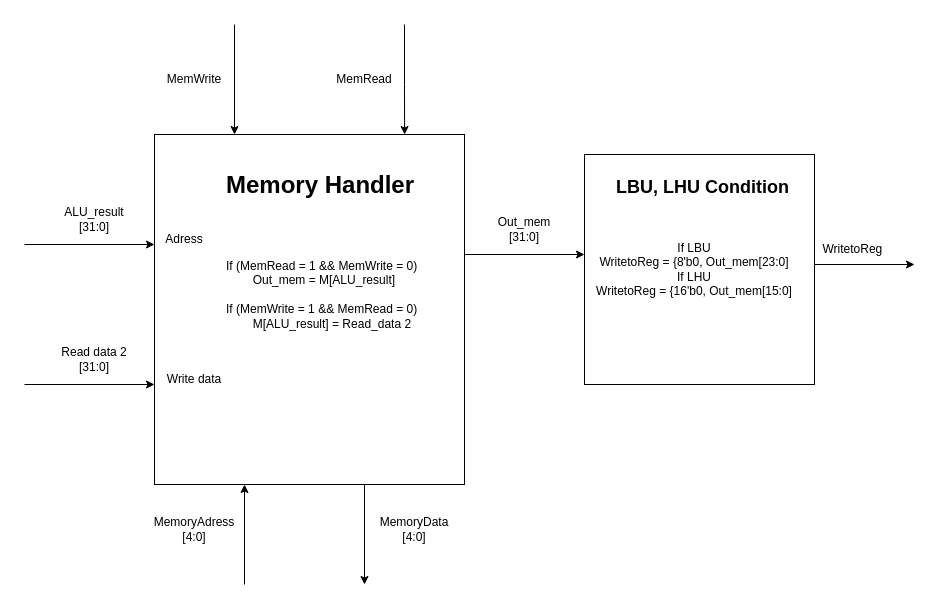
Earlier version of the draw.io diagram Data_memory.drawio (limichael246/STARS_2024). Source tidied: cells renumbered, new cells numbered last; positions are measured from the earlier drawing's top-left corner, leaving out a move shared by most shapes. Both pictures are drawn from the tidied source at 100%, with x=0, y=0 at pixel (24, 24).
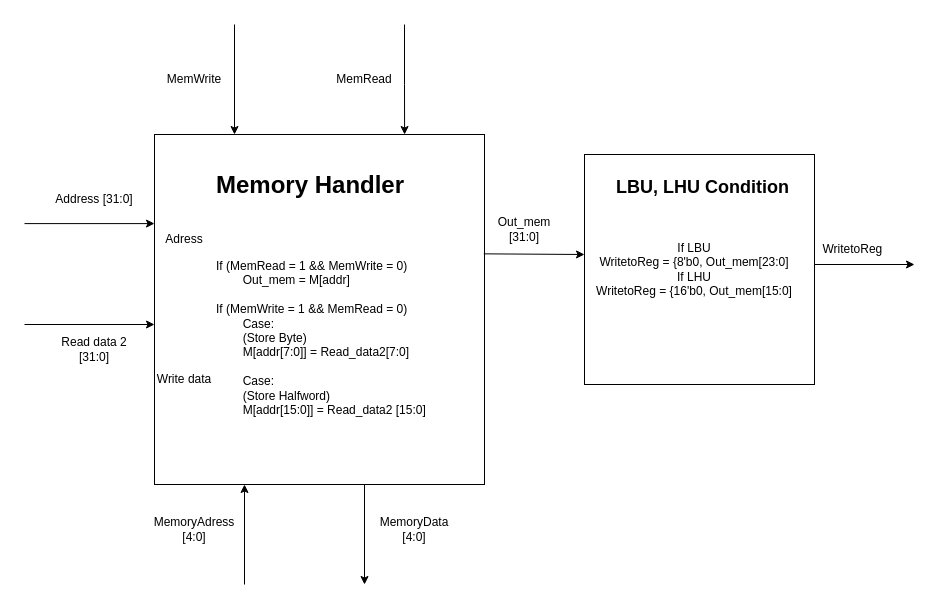
After the change.

Diff of the diagram source:
```diff
@@
     <mxCell id="2" style="rounded=0;whiteSpace=wrap;html=1;" parent="1" vertex="1">
-      <mxGeometry x="130" y="110" width="310" height="350" as="geometry" />
+      <mxGeometry x="130" y="110" width="330" height="350" as="geometry" />
     </mxCell>
     <mxCell id="3" style="endArrow=classic;html=1;rounded=0;entryX=-0.006;entryY=0.804;entryDx=0;entryDy=0;entryPerimeter=0;" parent="1" edge="1">
       <mxGeometry relative="1" as="geometry">
-        <mxPoint y="360" as="sourcePoint" />
-        <mxPoint x="130" y="360" as="targetPoint" />
+        <mxPoint y="300" as="sourcePoint" />
+        <mxPoint x="130" y="300" as="targetPoint" />
       </mxGeometry>
     </mxCell>
     <mxCell id="4" value="Read data 2 [31:0]" style="text;html=1;align=center;verticalAlign=middle;whiteSpace=wrap;rounded=0;" parent="1" vertex="1">
-      <mxGeometry x="30" y="320" width="80" height="30" as="geometry" />
+      <mxGeometry x="30" y="310" width="80" height="30" as="geometry" />
     </mxCell>
     <mxCell id="5" style="endArrow=classic;html=1;rounded=0;" parent="1" edge="1">
       <mxGeometry relative="1" as="geometry">
-        <mxPoint y="220" as="sourcePoint" />
-        <mxPoint x="130" y="220" as="targetPoint" />
+        <mxPoint y="199.1" as="sourcePoint" />
+        <mxPoint x="130" y="199.1" as="targetPoint" />
       </mxGeometry>
     </mxCell>
-    <mxCell id="6" value="ALU_result [31:0]" style="text;html=1;align=center;verticalAlign=middle;whiteSpace=wrap;rounded=0;" parent="1" vertex="1">
-      <mxGeometry x="30" y="180" width="80" height="30" as="geometry" />
+    <mxCell id="6" value="Address [31:0]" style="text;html=1;align=center;verticalAlign=middle;whiteSpace=wrap;rounded=0;" parent="1" vertex="1">
+      <mxGeometry x="30" y="160" width="80" height="30" as="geometry" />
     </mxCell>
     <mxCell id="7" value="Write data" style="text;html=1;align=center;verticalAlign=middle;whiteSpace=wrap;rounded=0;" parent="1" vertex="1">
-      <mxGeometry x="140" y="340" width="60" height="30" as="geometry" />
+      <mxGeometry x="130" y="340" width="60" height="30" as="geometry" />
     </mxCell>
@@
-    <mxCell id="13" style="endArrow=classic;html=1;rounded=0;" parent="1" edge="1">
+    <mxCell id="13" style="endArrow=classic;html=1;rounded=0;exitX=0.998;exitY=0.341;exitDx=0;exitDy=0;exitPerimeter=0;" parent="1" edge="1" source="2">
       <mxGeometry relative="1" as="geometry">
-        <mxPoint x="440" y="230" as="sourcePoint" />
         <mxPoint x="560" y="230" as="targetPoint" />
       </mxGeometry>
     </mxCell>
-    <mxCell id="14" value="&lt;h1 style=&quot;margin-top: 0px;&quot;&gt;Memory Handler&lt;/h1&gt;&lt;div&gt;&lt;br&gt;&lt;/div&gt;&lt;div&gt;&lt;br&gt;&lt;/div&gt;&lt;div&gt;&lt;br&gt;&lt;/div&gt;&lt;div&gt;If (MemRead = 1 &amp;amp;&amp;amp; MemWrite = 0)&amp;nbsp;&lt;/div&gt;&lt;div&gt;&lt;span style=&quot;white-space: pre;&quot;&gt;&#9;&lt;/span&gt;&lt;span style=&quot;background-color: initial;&quot;&gt;Out_mem = M[ALU_result]&lt;/span&gt;&lt;br&gt;&lt;/div&gt;&lt;div&gt;&lt;br&gt;&lt;/div&gt;&lt;div&gt;If (MemWrite = 1 &amp;amp;&amp;amp; MemRead = 0)&lt;/div&gt;&lt;div&gt;&lt;span style=&quot;white-space: pre;&quot;&gt;&#9;&lt;/span&gt;M[ALU_result] = Read_data 2&lt;br&gt;&lt;/div&gt;&lt;div&gt;&lt;br&gt;&lt;/div&gt;&lt;div&gt;&lt;br&gt;&lt;/div&gt;" style="text;html=1;whiteSpace=wrap;overflow=hidden;rounded=0;" parent="1" vertex="1">
-      <mxGeometry x="200" y="140" width="200" height="290" as="geometry" />
+    <mxCell id="14" value="&lt;h1 style=&quot;margin-top: 0px;&quot;&gt;Memory Handler&lt;/h1&gt;&lt;div&gt;&lt;br&gt;&lt;/div&gt;&lt;div&gt;&lt;br&gt;&lt;/div&gt;&lt;div&gt;&lt;br&gt;&lt;/div&gt;&lt;div&gt;If (MemRead = 1 &amp;amp;&amp;amp; MemWrite = 0)&amp;nbsp;&lt;/div&gt;&lt;div&gt;&lt;span style=&quot;white-space: pre;&quot;&gt;&#9;&lt;/span&gt;&lt;span style=&quot;background-color: initial;&quot;&gt;Out_mem = M[addr]&lt;/span&gt;&lt;br&gt;&lt;/div&gt;&lt;div&gt;&lt;br&gt;&lt;/div&gt;&lt;div&gt;If (MemWrite = 1 &amp;amp;&amp;amp; MemRead = 0)&lt;/div&gt;&lt;div&gt;&lt;span style=&quot;white-space: pre;&quot;&gt;&#9;&lt;/span&gt;Case:&amp;nbsp;&lt;/div&gt;&lt;div&gt;&lt;span style=&quot;white-space: pre;&quot;&gt;&#9;&lt;/span&gt;(Store Byte)&lt;br&gt;&lt;/div&gt;&lt;div&gt;&lt;span style=&quot;white-space: pre;&quot;&gt;&#9;&lt;/span&gt;M[addr[7:0]] = Read_data2[7:0]&lt;br&gt;&lt;/div&gt;&lt;div&gt;&lt;br&gt;&lt;/div&gt;&lt;div&gt;&lt;span style=&quot;white-space: pre;&quot;&gt;&#9;&lt;/span&gt;Case:&amp;nbsp;&lt;br&gt;&lt;/div&gt;&lt;div&gt;&lt;span style=&quot;white-space: pre;&quot;&gt;&#9;&lt;/span&gt;(Store Halfword)&lt;br&gt;&lt;/div&gt;&lt;div&gt;&lt;span style=&quot;white-space: pre;&quot;&gt;&#9;&lt;/span&gt;M[addr[15:0]] = Read_data2 [15:0]&lt;/div&gt;" style="text;html=1;whiteSpace=wrap;overflow=hidden;rounded=0;" parent="1" vertex="1">
+      <mxGeometry x="190" y="140" width="260" height="290" as="geometry" />
     </mxCell>
```
